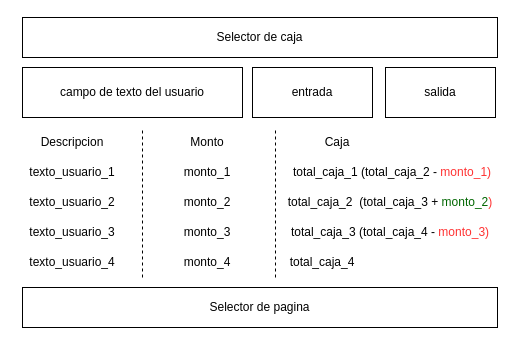
This is consulta_de_caja.drawio from francescocamussoni/escribania_caja_cuentas, a draw.io file, before an edit. Source tidied: cells renumbered, new cells numbered last; positions are measured from the earlier drawing's top-left corner, leaving out a move shared by most shapes. Both pictures are drawn from the tidied source at 100%, with x=0, y=0 at pixel (17, 17).
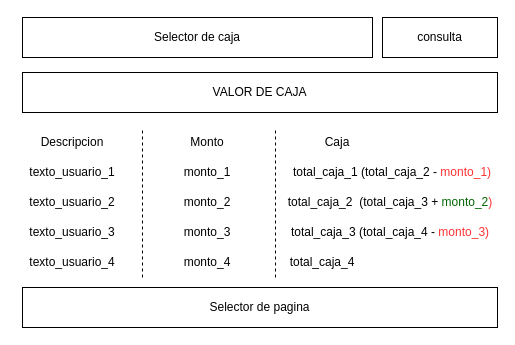
The same diagram, later.

Change to the diagram source:
```diff
@@
-    <mxCell id="2" value="campo de texto del usuario" style="rounded=0;whiteSpace=wrap;html=1;" parent="1" vertex="1">
-      <mxGeometry x="5" y="50" width="220" height="50" as="geometry" />
-    </mxCell>
-    <mxCell id="3" value="entrada" style="rounded=0;whiteSpace=wrap;html=1;" parent="1" vertex="1">
-      <mxGeometry x="235" y="50" width="120" height="50" as="geometry" />
-    </mxCell>
-    <mxCell id="4" value="salida" style="rounded=0;whiteSpace=wrap;html=1;" parent="1" vertex="1">
-      <mxGeometry x="368" y="50" width="110" height="50" as="geometry" />
-    </mxCell>
@@
     <mxCell id="22" value="Selector de caja" style="rounded=0;whiteSpace=wrap;html=1;" parent="1" vertex="1">
-      <mxGeometry x="5" width="475" height="40" as="geometry" />
+      <mxGeometry x="5" width="350" height="40" as="geometry" />
     </mxCell>
@@
+    <mxCell id="24" value="consulta" style="rounded=0;whiteSpace=wrap;html=1;" parent="1" vertex="1">
+      <mxGeometry x="365" width="115" height="40" as="geometry" />
+    </mxCell>
+    <mxCell id="25" value="VALOR DE CAJA" style="rounded=0;whiteSpace=wrap;html=1;" parent="1" vertex="1">
+      <mxGeometry x="5" y="55" width="475" height="40" as="geometry" />
+    </mxCell>
```
